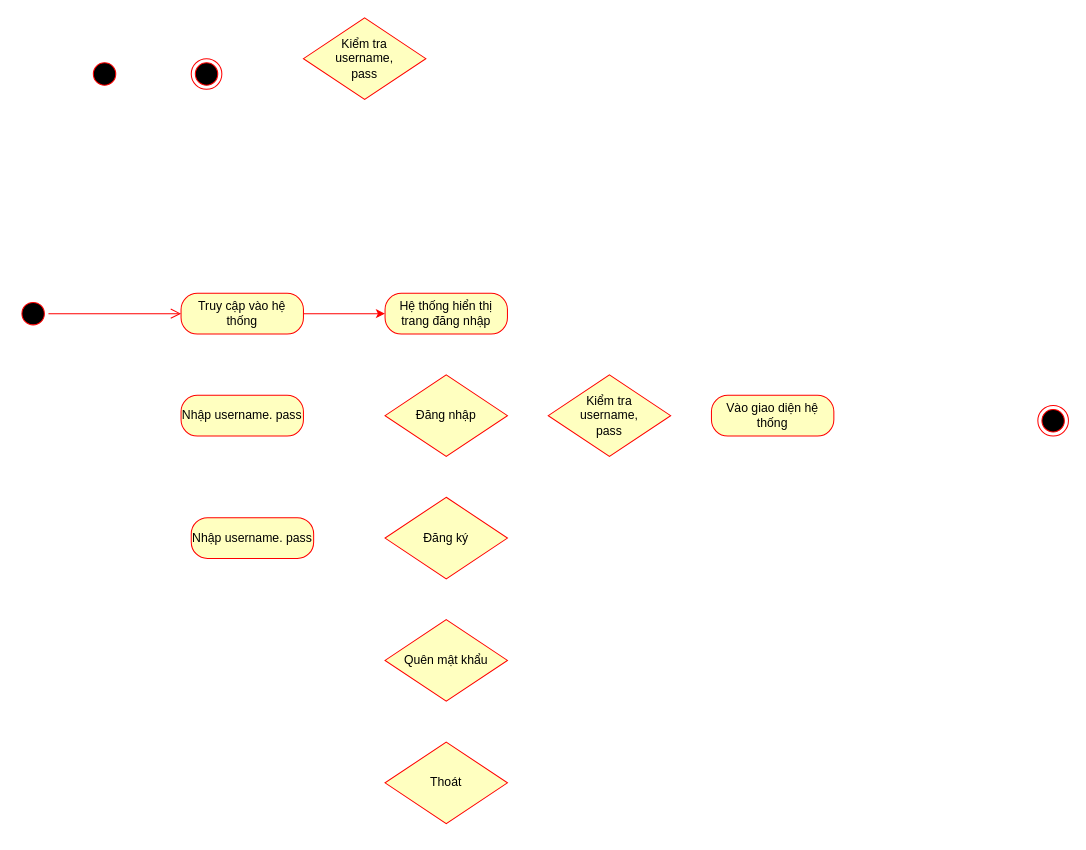
The draw.io diagram Sơ đồ hoạt động UC đăng nhập.drawio in HaojackYT/DAA_SA, before the edit. Source tidied: cells renumbered, new cells numbered last; positions are measured from the earlier drawing's top-left corner, leaving out a move shared by most shapes. Both pictures are drawn from the tidied source at 102%, with x=0, y=0 at pixel (17, 17).
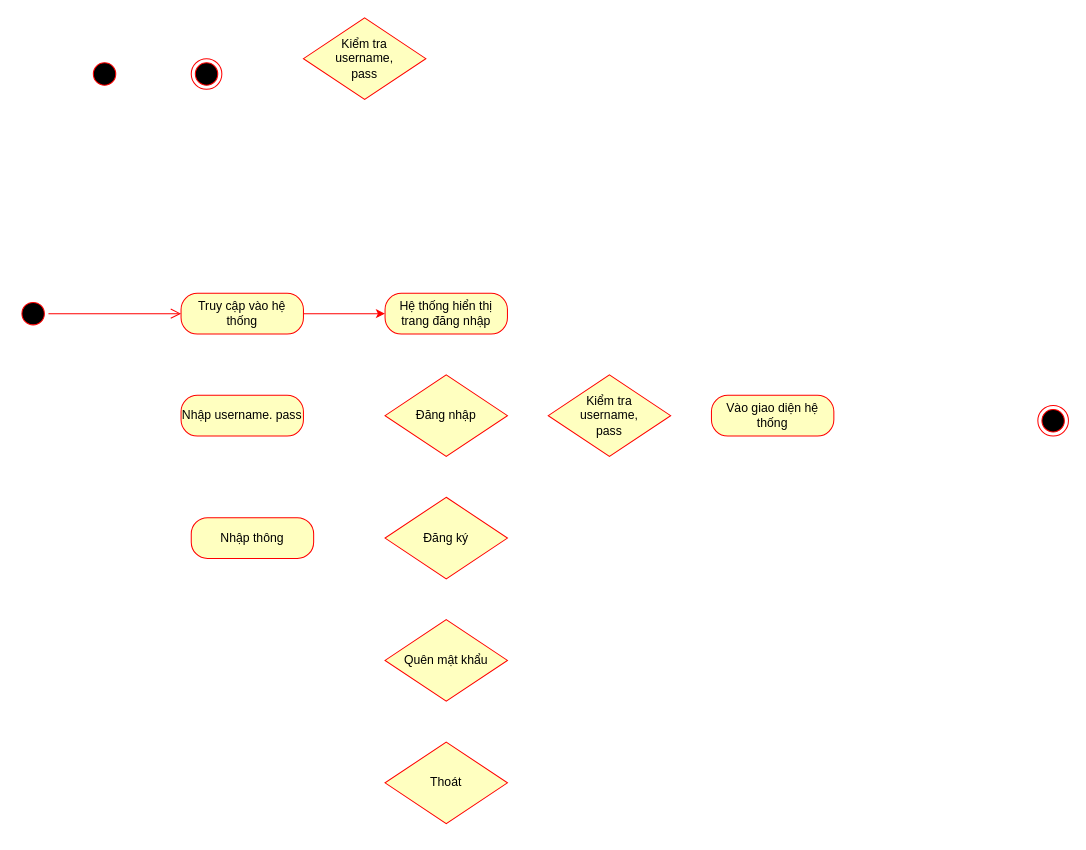
After the change.

Change to the diagram source:
```diff
@@
-    <mxCell id="21" value="Nhập username. pass" style="rounded=1;whiteSpace=wrap;html=1;arcSize=40;fontColor=#000000;fillColor=#ffffc0;strokeColor=#ff0000;" parent="1" vertex="1">
+    <mxCell id="21" value="Nhập thông" style="rounded=1;whiteSpace=wrap;html=1;arcSize=40;fontColor=#000000;fillColor=#ffffc0;strokeColor=#ff0000;" parent="1" vertex="1">
       <mxGeometry x="170" y="490" width="120" height="40" as="geometry" />
     </mxCell>
```
